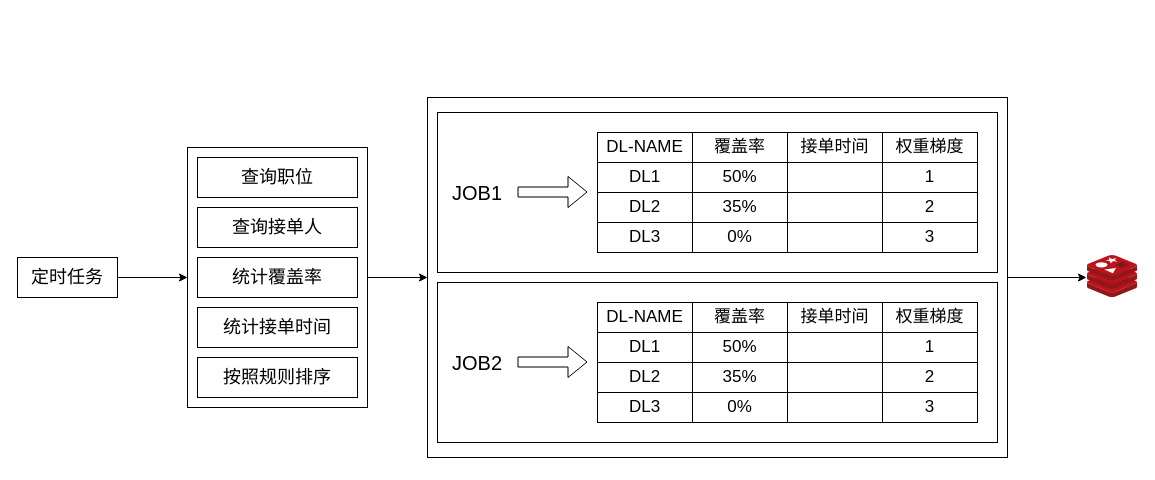
Above: 推荐分配算法优化.drawio in LuOyEbY/draw-b (draw.io), before the change. Source tidied: cells renumbered, new cells numbered last; positions are measured from the earlier drawing's top-left corner, leaving out a move shared by most shapes. Both pictures are drawn from the tidied source at 100%, with x=0, y=0 at pixel (17, 97).
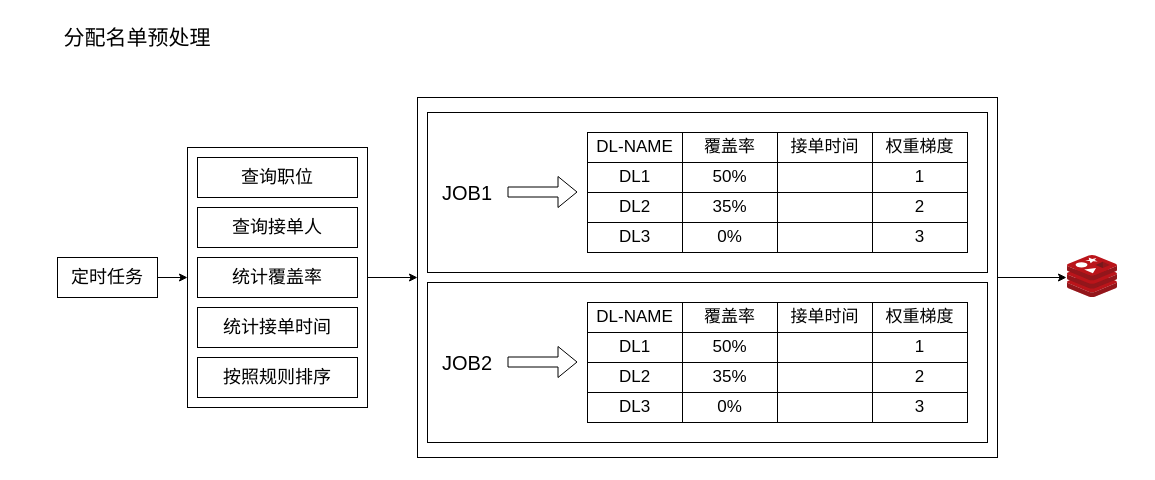
The same page after the edit.

Commit message (it also covers changes not shown here):
更新推荐分配算法优化.drawio

What changed in the source:
```diff
@@
     <mxCell id="2" style="rounded=0;whiteSpace=wrap;html=1;" parent="1" vertex="1">
-      <mxGeometry x="410" width="580" height="360" as="geometry" />
+      <mxGeometry x="400" width="580" height="360" as="geometry" />
     </mxCell>
@@
     <mxCell id="4" value="定时任务" style="rounded=0;whiteSpace=wrap;html=1;fontSize=18;" parent="1" vertex="1">
-      <mxGeometry y="160" width="100" height="40" as="geometry" />
+      <mxGeometry x="40" y="160" width="100" height="40" as="geometry" />
     </mxCell>
@@
     <mxCell id="12" style="group;" parent="1" vertex="1">
-      <mxGeometry x="420" y="15" width="580" height="350" as="geometry" />
+      <mxGeometry x="410" y="15" width="580" height="350" as="geometry" />
     </mxCell>
@@
     <mxCell id="55" style="image;sketch=0;html=1;points=[];align=center;fontSize=12;image=img/lib/mscae/Cache_Redis_Product.svg;" parent="1" vertex="1">
-      <mxGeometry x="1070" y="158" width="50" height="42" as="geometry" />
+      <mxGeometry x="1050" y="158" width="50" height="42" as="geometry" />
     </mxCell>
@@
+    <mxCell id="57" value="分配名单预处理" style="text;html=1;strokeColor=none;fillColor=none;align=center;verticalAlign=middle;whiteSpace=wrap;rounded=0;fontSize=21;" parent="1" vertex="1">
+      <mxGeometry x="40" y="-80" width="160" height="40" as="geometry" />
+    </mxCell>
```
